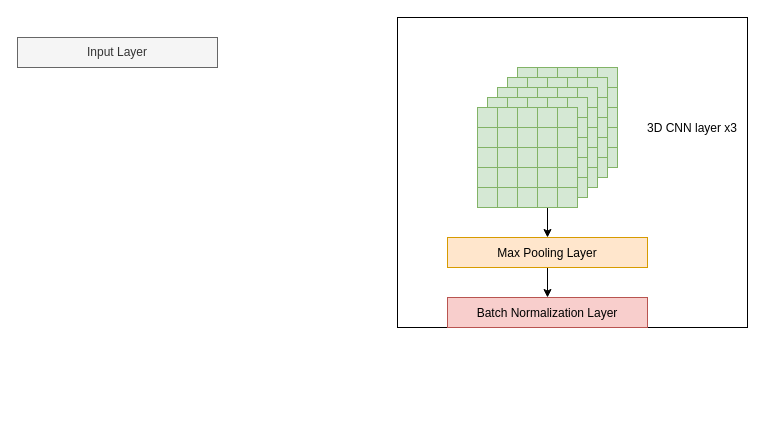
iubizi/draw-io-abcd keeps this draw.io diagram as abcd_3d_cnn.drawio. Above is the earlier version. Source tidied: cells renumbered, new cells numbered last; positions are measured from the earlier drawing's top-left corner, leaving out a move shared by most shapes. Both pictures are drawn from the tidied source at 100%, with x=0, y=0 at pixel (17, 17).
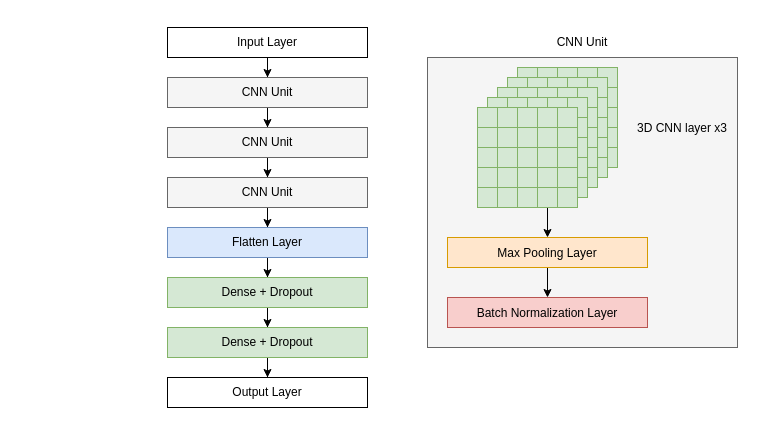
Above is the later version.

The edit, as a diff of the source:
```diff
@@
-    <mxCell id="2" style="rounded=0;whiteSpace=wrap;html=1;fontSize=12;" parent="1" vertex="1">
-      <mxGeometry x="380" width="350" height="310" as="geometry" />
+    <mxCell id="2" style="rounded=0;whiteSpace=wrap;html=1;fontSize=12;fillColor=#f5f5f5;strokeColor=#666666;fontColor=#333333;" parent="1" vertex="1">
+      <mxGeometry x="410" y="40" width="310" height="290" as="geometry" />
     </mxCell>
+    <mxCell id="134" style="edgeStyle=orthogonalEdgeStyle;rounded=0;jettySize=auto;html=1;entryX=0.5;entryY=0;entryDx=0;entryDy=0;fontSize=12;" parent="1" edge="1" source="3" target="137">
+      <mxGeometry relative="1" as="geometry" />
+    </mxCell>
-    <mxCell id="3" value="Input Layer" style="rounded=0;whiteSpace=wrap;html=1;fillColor=#f5f5f5;fontColor=#333333;strokeColor=#666666;" parent="1" vertex="1">
-      <mxGeometry y="20" width="200" height="30" as="geometry" />
+    <mxCell id="3" value="Input Layer" style="rounded=0;whiteSpace=wrap;html=1;" parent="1" vertex="1">
+      <mxGeometry x="150" y="10" width="200" height="30" as="geometry" />
     </mxCell>
@@
     <mxCell id="130" value="&lt;font style=&quot;font-size: 12px;&quot;&gt;3D CNN layer x3&lt;/font&gt;" style="text;html=1;strokeColor=none;fillColor=none;align=center;verticalAlign=middle;whiteSpace=wrap;rounded=0;fontSize=14;" parent="1" vertex="1">
-      <mxGeometry x="620" y="95" width="110" height="30" as="geometry" />
+      <mxGeometry x="610" y="95" width="110" height="30" as="geometry" />
     </mxCell>
@@
+    <mxCell id="135" value="CNN Unit" style="text;html=1;strokeColor=none;fillColor=none;align=center;verticalAlign=middle;whiteSpace=wrap;rounded=0;fontSize=12;" parent="1" vertex="1">
+      <mxGeometry x="535" y="10" width="60" height="30" as="geometry" />
+    </mxCell>
+    <mxCell id="136" style="edgeStyle=orthogonalEdgeStyle;rounded=0;jettySize=auto;html=1;entryX=0.5;entryY=0;entryDx=0;entryDy=0;fontSize=12;" parent="1" edge="1" source="137" target="139">
+      <mxGeometry relative="1" as="geometry" />
+    </mxCell>
+    <mxCell id="137" value="&lt;span style=&quot;color: rgb(0, 0, 0);&quot;&gt;CNN Unit&lt;/span&gt;" style="rounded=0;whiteSpace=wrap;html=1;fillColor=#f5f5f5;fontColor=#333333;strokeColor=#666666;" parent="1" vertex="1">
+      <mxGeometry x="150" y="60" width="200" height="30" as="geometry" />
+    </mxCell>
+    <mxCell id="138" style="edgeStyle=orthogonalEdgeStyle;rounded=0;jettySize=auto;html=1;fontSize=12;" parent="1" edge="1" source="139" target="141">
+      <mxGeometry relative="1" as="geometry" />
+    </mxCell>
+    <mxCell id="139" value="&lt;span style=&quot;color: rgb(0, 0, 0);&quot;&gt;CNN Unit&lt;/span&gt;" style="rounded=0;whiteSpace=wrap;html=1;fillColor=#f5f5f5;fontColor=#333333;strokeColor=#666666;" parent="1" vertex="1">
+      <mxGeometry x="150" y="110" width="200" height="30" as="geometry" />
+    </mxCell>
+    <mxCell id="140" style="edgeStyle=orthogonalEdgeStyle;rounded=0;jettySize=auto;html=1;entryX=0.5;entryY=0;entryDx=0;entryDy=0;fontSize=12;" parent="1" edge="1" source="141" target="143">
+      <mxGeometry relative="1" as="geometry" />
+    </mxCell>
+    <mxCell id="141" value="&lt;span style=&quot;color: rgb(0, 0, 0);&quot;&gt;CNN Unit&lt;/span&gt;" style="rounded=0;whiteSpace=wrap;html=1;fillColor=#f5f5f5;fontColor=#333333;strokeColor=#666666;" parent="1" vertex="1">
+      <mxGeometry x="150" y="160" width="200" height="30" as="geometry" />
+    </mxCell>
+    <mxCell id="142" style="edgeStyle=orthogonalEdgeStyle;rounded=0;jettySize=auto;html=1;entryX=0.5;entryY=0;entryDx=0;entryDy=0;fontSize=12;" parent="1" edge="1" source="143" target="145">
+      <mxGeometry relative="1" as="geometry" />
+    </mxCell>
+    <mxCell id="143" value="&lt;span style=&quot;color: rgb(0, 0, 0);&quot;&gt;Flatten Layer&lt;/span&gt;" style="rounded=0;whiteSpace=wrap;html=1;fillColor=#dae8fc;strokeColor=#6c8ebf;" parent="1" vertex="1">
+      <mxGeometry x="150" y="210" width="200" height="30" as="geometry" />
+    </mxCell>
+    <mxCell id="144" style="edgeStyle=orthogonalEdgeStyle;rounded=0;jettySize=auto;html=1;entryX=0.5;entryY=0;entryDx=0;entryDy=0;fontSize=12;" parent="1" edge="1" source="145" target="147">
+      <mxGeometry relative="1" as="geometry" />
+    </mxCell>
+    <mxCell id="145" value="&lt;span style=&quot;color: rgb(0, 0, 0);&quot;&gt;Dense + Dropout&lt;/span&gt;" style="rounded=0;whiteSpace=wrap;html=1;fillColor=#d5e8d4;strokeColor=#82b366;" parent="1" vertex="1">
+      <mxGeometry x="150" y="260" width="200" height="30" as="geometry" />
+    </mxCell>
+    <mxCell id="146" style="edgeStyle=orthogonalEdgeStyle;rounded=0;jettySize=auto;html=1;entryX=0.5;entryY=0;entryDx=0;entryDy=0;fontSize=12;" parent="1" edge="1" source="147" target="148">
+      <mxGeometry relative="1" as="geometry" />
+    </mxCell>
+    <mxCell id="147" value="&lt;span style=&quot;color: rgb(0, 0, 0);&quot;&gt;Dense + Dropout&lt;/span&gt;" style="rounded=0;whiteSpace=wrap;html=1;fillColor=#d5e8d4;strokeColor=#82b366;" parent="1" vertex="1">
+      <mxGeometry x="150" y="310" width="200" height="30" as="geometry" />
+    </mxCell>
+    <mxCell id="148" value="Output Layer" style="rounded=0;whiteSpace=wrap;html=1;" parent="1" vertex="1">
+      <mxGeometry x="150" y="360" width="200" height="30" as="geometry" />
+    </mxCell>
```
